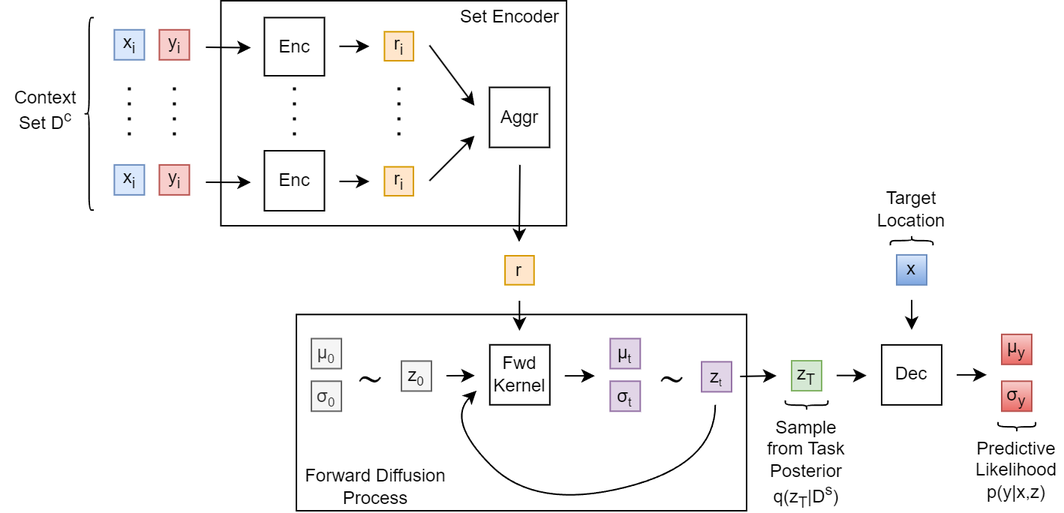
Above: diagrams/exports/dvi-np.png in ChickNCurry/dvi-for-bml (draw.io), before the change. Source tidied: cells renumbered, new cells last; positions are measured from the earlier drawing's top-left corner, leaving out a move shared by most shapes.
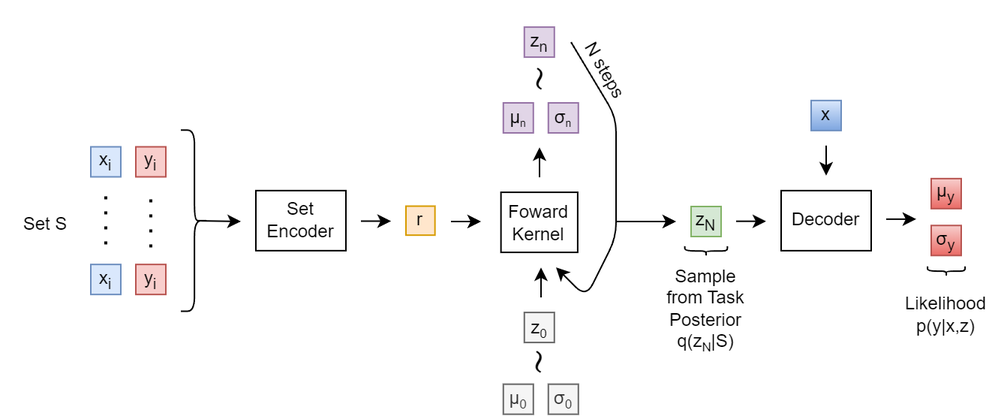
After the commit.

Diff of the diagram source:
```diff
@@ -2,16 +2,13 @@
   <root>
     <mxCell id="0" />
     <mxCell id="1" parent="0" />
-    <mxCell id="2" style="rounded=0;whiteSpace=wrap;html=1;" parent="1" vertex="1">
-      <mxGeometry x="197" y="209.2" width="300" height="130.8" as="geometry" />
-    </mxCell>
-    <mxCell id="3" value="μ&lt;span style=&quot;font-size: 10px;&quot;&gt;&lt;sub&gt;t&lt;/sub&gt;&lt;/span&gt;" style="whiteSpace=wrap;html=1;fillColor=#e1d5e7;strokeColor=#9673a6;fontColor=#000000;" parent="1" vertex="1">
-      <mxGeometry x="406.1" y="225.2" width="20" height="20" as="geometry" />
+    <mxCell id="3" value="μ&lt;span style=&quot;font-size: 8.33333px;&quot;&gt;&lt;sub&gt;n&lt;/sub&gt;&lt;/span&gt;" style="whiteSpace=wrap;html=1;fillColor=#e1d5e7;strokeColor=#9673a6;fontColor=#000000;" parent="1" vertex="1">
+      <mxGeometry x="401.9" y="171" width="20" height="20" as="geometry" />
     </mxCell>
-    <mxCell id="4" value="σ&lt;span style=&quot;font-size: 10px;&quot;&gt;&lt;sub&gt;t&lt;/sub&gt;&lt;/span&gt;" style="whiteSpace=wrap;html=1;fillColor=#e1d5e7;strokeColor=#9673a6;fontColor=#000000;" parent="1" vertex="1">
-      <mxGeometry x="406.1" y="253.6" width="20" height="20" as="geometry" />
+    <mxCell id="4" value="σ&lt;span style=&quot;font-size: 8.33333px;&quot;&gt;&lt;sub&gt;n&lt;/sub&gt;&lt;/span&gt;" style="whiteSpace=wrap;html=1;fillColor=#e1d5e7;strokeColor=#9673a6;fontColor=#000000;" parent="1" vertex="1">
+      <mxGeometry x="431.9" y="171" width="20" height="20" as="geometry" />
     </mxCell>
-    <mxCell id="5" value="&lt;font color=&quot;#000000&quot;&gt;z&lt;sub&gt;T&lt;/sub&gt;&lt;/font&gt;" style="whiteSpace=wrap;html=1;fillColor=#d5e8d4;strokeColor=#82b366;" parent="1" vertex="1">
+    <mxCell id="5" value="&lt;font color=&quot;#000000&quot;&gt;z&lt;sub&gt;N&lt;/sub&gt;&lt;/font&gt;" style="whiteSpace=wrap;html=1;fillColor=#d5e8d4;strokeColor=#82b366;" parent="1" vertex="1">
       <mxGeometry x="527" y="240" width="20" height="20" as="geometry" />
     </mxCell>
     <mxCell id="6" style="endArrow=classic;html=1;" parent="1" edge="1">
@@ -20,207 +17,141 @@
         <mxPoint x="577" y="249.8" as="targetPoint" />
       </mxGeometry>
     </mxCell>
-    <mxCell id="7" value="Fwd Kernel" style="rounded=0;whiteSpace=wrap;html=1;" parent="1" vertex="1">
-      <mxGeometry x="325.9" y="229.4" width="40" height="40" as="geometry" />
+    <mxCell id="7" value="Foward Kernel" style="rounded=0;whiteSpace=wrap;html=1;" parent="1" vertex="1">
+      <mxGeometry x="400.3" y="230.5" width="51.1" height="40" as="geometry" />
     </mxCell>
     <mxCell id="8" style="endArrow=classic;html=1;" parent="1" edge="1">
       <mxGeometry relative="1" as="geometry">
-        <mxPoint x="297" y="250" as="sourcePoint" />
-        <mxPoint x="315.9" y="249.9" as="targetPoint" />
+        <mxPoint x="367" y="250" as="sourcePoint" />
+        <mxPoint x="387" y="250" as="targetPoint" />
       </mxGeometry>
     </mxCell>
     <mxCell id="9" value="&lt;font color=&quot;#000000&quot;&gt;z&lt;span style=&quot;font-size: 10px;&quot;&gt;&lt;sub&gt;0&lt;/sub&gt;&lt;/span&gt;&lt;/font&gt;" style="whiteSpace=wrap;html=1;fillColor=#f5f5f5;strokeColor=#666666;fontColor=#333333;" parent="1" vertex="1">
-      <mxGeometry x="267" y="240.2" width="20" height="20" as="geometry" />
+      <mxGeometry x="415.9" y="310.6" width="20" height="20" as="geometry" />
     </mxCell>
     <mxCell id="10" value="μ&lt;span style=&quot;font-size: 10px;&quot;&gt;&lt;sub&gt;0&lt;/sub&gt;&lt;/span&gt;" style="whiteSpace=wrap;html=1;fillColor=#f5f5f5;strokeColor=#666666;fontColor=#333333;" parent="1" vertex="1">
-      <mxGeometry x="207" y="225.2" width="20" height="20" as="geometry" />
+      <mxGeometry x="401.9" y="358.3" width="20" height="20" as="geometry" />
     </mxCell>
     <mxCell id="11" value="σ&lt;span style=&quot;font-size: 10px;&quot;&gt;&lt;sub&gt;0&lt;/sub&gt;&lt;/span&gt;" style="whiteSpace=wrap;html=1;fillColor=#f5f5f5;strokeColor=#666666;fontColor=#333333;" parent="1" vertex="1">
-      <mxGeometry x="207" y="253.6" width="20" height="20" as="geometry" />
+      <mxGeometry x="431.9" y="358.3" width="20" height="20" as="geometry" />
     </mxCell>
-    <mxCell id="12" style="curved=1;endArrow=classic;html=1;" parent="1" edge="1">
-      <mxGeometry relative="1" as="geometry">
-        <mxPoint x="476.1" y="269.4" as="sourcePoint" />
-        <mxPoint x="317" y="260" as="targetPoint" />
-        <Array as="points">
-          <mxPoint x="476.1" y="309.4" />
-          <mxPoint x="356.1" y="339.4" />
-          <mxPoint x="297" y="280" />
-        </Array>
-      </mxGeometry>
-    </mxCell>
     <mxCell id="13" style="endArrow=classic;html=1;" parent="1" edge="1">
       <mxGeometry relative="1" as="geometry">
-        <mxPoint x="345.6" y="200" as="sourcePoint" />
-        <mxPoint x="345.6" y="220" as="targetPoint" />
+        <mxPoint x="426" y="220.6" as="sourcePoint" />
+        <mxPoint x="426" y="200.6" as="targetPoint" />
       </mxGeometry>
     </mxCell>
-    <mxCell id="14" value="Forward Diffusion Process" style="text;html=1;strokeColor=none;fillColor=none;align=center;verticalAlign=middle;whiteSpace=wrap;rounded=0;" parent="1" vertex="1">
-      <mxGeometry x="201.7" y="312.9" width="96.5" height="22.1" as="geometry" />
-    </mxCell>
     <mxCell id="15" style="endArrow=classic;html=1;" parent="1" edge="1">
       <mxGeometry relative="1" as="geometry">
-        <mxPoint x="375.9" y="250.1" as="sourcePoint" />
-        <mxPoint x="395.9" y="250.1" as="targetPoint" />
+        <mxPoint x="427" y="300.6" as="sourcePoint" />
+        <mxPoint x="427" y="280.6" as="targetPoint" />
       </mxGeometry>
     </mxCell>
     <mxCell id="16" style="shape=curlyBracket;whiteSpace=wrap;html=1;rounded=1;labelPosition=left;verticalLabelPosition=middle;align=right;verticalAlign=middle;fontColor=#000000;rotation=-90;" parent="1" vertex="1">
       <mxGeometry x="533.9" y="255.4" width="6.3" height="28.3" as="geometry" />
     </mxCell>
-    <mxCell id="17" value="&lt;font style=&quot;font-size: 12px;&quot;&gt;Sample from Task Posterior q(z&lt;sub&gt;T&lt;/sub&gt;|D&lt;sup&gt;s&lt;/sup&gt;)&lt;/font&gt;" style="text;html=1;strokeColor=none;fillColor=none;align=center;verticalAlign=middle;whiteSpace=wrap;rounded=0;fontColor=#000000;fontSize=12;" parent="1" vertex="1">
+    <mxCell id="17" value="&lt;font style=&quot;font-size: 12px;&quot;&gt;Sample from Task Posterior q(z&lt;/font&gt;&lt;font style=&quot;font-size: 10px;&quot;&gt;&lt;sub&gt;N&lt;/sub&gt;&lt;/font&gt;&lt;font style=&quot;&quot;&gt;|S)&lt;/font&gt;" style="text;html=1;strokeColor=none;fillColor=none;align=center;verticalAlign=middle;whiteSpace=wrap;rounded=0;fontColor=#000000;fontSize=12;" parent="1" vertex="1">
       <mxGeometry x="507" y="278.3" width="60" height="61.7" as="geometry" />
     </mxCell>
-    <mxCell id="18" style="rounded=0;whiteSpace=wrap;html=1;" parent="1" vertex="1">
-      <mxGeometry x="146.7" width="230.3" height="150" as="geometry" />
-    </mxCell>
     <mxCell id="19" value="&lt;font color=&quot;#000000&quot;&gt;x&lt;sub&gt;i&lt;/sub&gt;&lt;/font&gt;" style="whiteSpace=wrap;html=1;fillColor=#dae8fc;strokeColor=#6c8ebf;" parent="1" vertex="1">
-      <mxGeometry x="75.7" y="19.4" width="20" height="20" as="geometry" />
+      <mxGeometry x="127" y="278.6" width="20" height="20" as="geometry" />
     </mxCell>
     <mxCell id="20" value="&lt;font color=&quot;#000000&quot;&gt;y&lt;sub&gt;i&lt;/sub&gt;&lt;/font&gt;" style="whiteSpace=wrap;html=1;fillColor=#f8cecc;strokeColor=#b85450;" parent="1" vertex="1">
-      <mxGeometry x="105.7" y="19.4" width="20" height="20" as="geometry" />
+      <mxGeometry x="157" y="278.6" width="20" height="20" as="geometry" />
     </mxCell>
     <mxCell id="21" value="&lt;font color=&quot;#000000&quot;&gt;x&lt;sub&gt;i&lt;/sub&gt;&lt;/font&gt;" style="whiteSpace=wrap;html=1;fillColor=#dae8fc;strokeColor=#6c8ebf;" parent="1" vertex="1">
-      <mxGeometry x="75.7" y="109.4" width="20" height="20" as="geometry" />
+      <mxGeometry x="127" y="200.3" width="20" height="20" as="geometry" />
     </mxCell>
     <mxCell id="22" value="&lt;font color=&quot;#000000&quot;&gt;y&lt;sub&gt;i&lt;/sub&gt;&lt;/font&gt;" style="whiteSpace=wrap;html=1;fillColor=#f8cecc;strokeColor=#b85450;" parent="1" vertex="1">
-      <mxGeometry x="105.7" y="109.4" width="20" height="20" as="geometry" />
+      <mxGeometry x="157" y="200.3" width="20" height="20" as="geometry" />
     </mxCell>
-    <mxCell id="23" style="line;strokeWidth=2;direction=south;html=1;dashed=1;dashPattern=1 4;" parent="1" vertex="1">
-      <mxGeometry x="110.7" y="57.8" width="10" height="36" as="geometry" />
+    <mxCell id="23" style="line;strokeWidth=2;direction=south;html=1;dashed=1;dashPattern=1 4;rotation=0;" parent="1" vertex="1">
+      <mxGeometry x="132" y="233.2" width="10" height="36" as="geometry" />
     </mxCell>
-    <mxCell id="24" style="endArrow=classic;html=1;" parent="1" edge="1">
-      <mxGeometry relative="1" as="geometry">
-        <mxPoint x="136.7" y="31" as="sourcePoint" />
-        <mxPoint x="166.7" y="31.3" as="targetPoint" />
-      </mxGeometry>
-    </mxCell>
-    <mxCell id="25" style="endArrow=classic;html=1;" parent="1" edge="1">
-      <mxGeometry relative="1" as="geometry">
-        <mxPoint x="136.7" y="121" as="sourcePoint" />
-        <mxPoint x="166.7" y="121.1" as="targetPoint" />
-      </mxGeometry>
-    </mxCell>
-    <mxCell id="26" style="endArrow=classic;html=1;" parent="1" edge="1">
-      <mxGeometry relative="1" as="geometry">
-        <mxPoint x="225.7" y="30.4" as="sourcePoint" />
-        <mxPoint x="245.7" y="30.4" as="targetPoint" />
-      </mxGeometry>
-    </mxCell>
-    <mxCell id="27" style="endArrow=classic;html=1;" parent="1" edge="1">
-      <mxGeometry relative="1" as="geometry">
-        <mxPoint x="225.7" y="120.4" as="sourcePoint" />
-        <mxPoint x="245.7" y="120.4" as="targetPoint" />
-      </mxGeometry>
-    </mxCell>
-    <mxCell id="28" value="&lt;font color=&quot;#000000&quot;&gt;r&lt;sub&gt;i&lt;/sub&gt;&lt;/font&gt;" style="whiteSpace=wrap;html=1;fillColor=#ffe6cc;strokeColor=#d79b00;" parent="1" vertex="1">
-      <mxGeometry x="255.7" y="20.7" width="19.3" height="19.3" as="geometry" />
-    </mxCell>
-    <mxCell id="29" value="&lt;font color=&quot;#000000&quot;&gt;r&lt;sub&gt;i&lt;/sub&gt;&lt;/font&gt;" style="whiteSpace=wrap;html=1;fillColor=#ffe6cc;strokeColor=#d79b00;" parent="1" vertex="1">
-      <mxGeometry x="255.7" y="110.7" width="19.3" height="19.3" as="geometry" />
-    </mxCell>
-    <mxCell id="30" style="line;strokeWidth=2;direction=south;html=1;dashed=1;dashPattern=1 4;" parent="1" vertex="1">
-      <mxGeometry x="190.7" y="57.8" width="10" height="36" as="geometry" />
-    </mxCell>
-    <mxCell id="31" style="line;strokeWidth=2;direction=south;html=1;dashed=1;dashPattern=1 4;" parent="1" vertex="1">
-      <mxGeometry x="260.3" y="57.8" width="10" height="36" as="geometry" />
-    </mxCell>
-    <mxCell id="32" style="endArrow=classic;html=1;" parent="1" edge="1">
-      <mxGeometry relative="1" as="geometry">
-        <mxPoint x="285.7" y="29.7" as="sourcePoint" />
-        <mxPoint x="315.7" y="70" as="targetPoint" />
-      </mxGeometry>
-    </mxCell>
-    <mxCell id="33" style="endArrow=classic;html=1;" parent="1" edge="1">
-      <mxGeometry relative="1" as="geometry">
-        <mxPoint x="285.7" y="120" as="sourcePoint" />
-        <mxPoint x="315.7" y="90" as="targetPoint" />
-      </mxGeometry>
-    </mxCell>
-    <mxCell id="34" value="Enc" style="rounded=0;whiteSpace=wrap;html=1;" parent="1" vertex="1">
-      <mxGeometry x="175.7" y="11.2" width="40" height="38.8" as="geometry" />
-    </mxCell>
-    <mxCell id="35" value="Enc" style="rounded=0;whiteSpace=wrap;html=1;" parent="1" vertex="1">
-      <mxGeometry x="175.7" y="100" width="40" height="40" as="geometry" />
-    </mxCell>
-    <mxCell id="36" value="Aggr" style="rounded=0;whiteSpace=wrap;html=1;" parent="1" vertex="1">
-      <mxGeometry x="325.7" y="57.8" width="40" height="40" as="geometry" />
-    </mxCell>
-    <mxCell id="37" value="Set Encoder" style="text;html=1;strokeColor=none;fillColor=none;align=center;verticalAlign=middle;whiteSpace=wrap;rounded=0;" parent="1" vertex="1">
-      <mxGeometry x="302" width="75" height="22.1" as="geometry" />
-    </mxCell>
-    <mxCell id="38" style="line;strokeWidth=2;direction=south;html=1;dashed=1;dashPattern=1 4;" parent="1" vertex="1">
-      <mxGeometry x="80.7" y="57.8" width="10" height="36" as="geometry" />
+    <mxCell id="38" style="line;strokeWidth=2;direction=south;html=1;dashed=1;dashPattern=1 4;rotation=-180;" parent="1" vertex="1">
+      <mxGeometry x="162" y="231.2" width="10" height="36" as="geometry" />
     </mxCell>
-    <mxCell id="39" style="shape=curlyBracket;whiteSpace=wrap;html=1;rounded=1;labelPosition=left;verticalLabelPosition=middle;align=right;verticalAlign=middle;fontColor=#000000;rotation=0;" parent="1" vertex="1">
-      <mxGeometry x="55.7" y="11.2" width="6.3" height="128.3" as="geometry" />
+    <mxCell id="39" style="shape=curlyBracket;whiteSpace=wrap;html=1;rounded=1;labelPosition=left;verticalLabelPosition=middle;align=right;verticalAlign=middle;fontColor=#000000;rotation=-180;" parent="1" vertex="1">
+      <mxGeometry x="187" y="189.1" width="18.1" height="120.6" as="geometry" />
     </mxCell>
-    <mxCell id="40" value="&lt;font style=&quot;font-size: 12px;&quot;&gt;Context Set D&lt;sup style=&quot;&quot;&gt;c&lt;/sup&gt;&lt;/font&gt;" style="text;html=1;strokeColor=none;fillColor=none;align=center;verticalAlign=middle;whiteSpace=wrap;rounded=0;fontColor=#000000;" parent="1" vertex="1">
-      <mxGeometry y="57.8" width="60" height="30" as="geometry" />
+    <mxCell id="40" value="Set S" style="text;html=1;strokeColor=none;fillColor=none;align=center;verticalAlign=middle;whiteSpace=wrap;rounded=0;fontColor=#000000;" parent="1" vertex="1">
+      <mxGeometry x="67" y="237.2" width="60" height="30" as="geometry" />
     </mxCell>
     <mxCell id="41" value="&lt;font color=&quot;#000000&quot;&gt;r&lt;/font&gt;" style="whiteSpace=wrap;html=1;fillColor=#ffe6cc;strokeColor=#d79b00;" parent="1" vertex="1">
-      <mxGeometry x="336" y="170" width="19.3" height="19.3" as="geometry" />
+      <mxGeometry x="337" y="239.8" width="19.3" height="19.3" as="geometry" />
     </mxCell>
-    <mxCell id="42" style="endArrow=classic;html=1;" parent="1" edge="1">
-      <mxGeometry relative="1" as="geometry">
-        <mxPoint x="345.9" y="109.4" as="sourcePoint" />
-        <mxPoint x="345.5" y="160.9" as="targetPoint" />
-      </mxGeometry>
-    </mxCell>
     <mxCell id="43" style="endArrow=classic;html=1;" parent="1" edge="1">
       <mxGeometry relative="1" as="geometry">
-        <mxPoint x="607" y="199.4" as="sourcePoint" />
-        <mxPoint x="607" y="219.4" as="targetPoint" />
+        <mxPoint x="617" y="199.4" as="sourcePoint" />
+        <mxPoint x="617" y="219.4" as="targetPoint" />
       </mxGeometry>
     </mxCell>
     <mxCell id="44" value="&lt;font color=&quot;#000000&quot;&gt;x&lt;/font&gt;" style="whiteSpace=wrap;html=1;fillColor=#dae8fc;strokeColor=#6c8ebf;gradientColor=#7ea6e0;" parent="1" vertex="1">
-      <mxGeometry x="597" y="169.4" width="20" height="20" as="geometry" />
+      <mxGeometry x="607" y="169.4" width="20" height="20" as="geometry" />
     </mxCell>
-    <mxCell id="45" value="Dec" style="rounded=0;whiteSpace=wrap;html=1;" parent="1" vertex="1">
-      <mxGeometry x="587" y="229.4" width="40" height="40" as="geometry" />
+    <mxCell id="45" value="Decoder" style="rounded=0;whiteSpace=wrap;html=1;" parent="1" vertex="1">
+      <mxGeometry x="587" y="229.4" width="60" height="40" as="geometry" />
     </mxCell>
     <mxCell id="46" value="μ&lt;sub&gt;y&lt;/sub&gt;" style="whiteSpace=wrap;html=1;fillColor=#f8cecc;strokeColor=#b85450;gradientColor=#ea6b66;fontColor=#000000;" parent="1" vertex="1">
-      <mxGeometry x="667" y="222.4" width="20" height="20" as="geometry" />
+      <mxGeometry x="687" y="221.4" width="20" height="20" as="geometry" />
     </mxCell>
     <mxCell id="47" value="σ&lt;sub&gt;y&lt;/sub&gt;" style="whiteSpace=wrap;html=1;fillColor=#f8cecc;strokeColor=#b85450;gradientColor=#ea6b66;fontColor=#000000;" parent="1" vertex="1">
-      <mxGeometry x="667" y="253.6" width="20" height="20" as="geometry" />
+      <mxGeometry x="687" y="252.6" width="20" height="20" as="geometry" />
     </mxCell>
     <mxCell id="48" style="endArrow=classic;html=1;" parent="1" edge="1">
       <mxGeometry relative="1" as="geometry">
-        <mxPoint x="637" y="249.4" as="sourcePoint" />
-        <mxPoint x="657" y="249.4" as="targetPoint" />
+        <mxPoint x="657" y="248.4" as="sourcePoint" />
+        <mxPoint x="677" y="248.4" as="targetPoint" />
       </mxGeometry>
     </mxCell>
-    <mxCell id="49" style="shape=curlyBracket;whiteSpace=wrap;html=1;rounded=1;labelPosition=left;verticalLabelPosition=middle;align=right;verticalAlign=middle;fontColor=#000000;rotation=90;" parent="1" vertex="1">
-      <mxGeometry x="603.9" y="145.8" width="6.3" height="28.3" as="geometry" />
-    </mxCell>
-    <mxCell id="50" value="Target Location" style="text;html=1;strokeColor=none;fillColor=none;align=center;verticalAlign=middle;whiteSpace=wrap;rounded=0;fontColor=#000000;" parent="1" vertex="1">
-      <mxGeometry x="587" y="129.4" width="40" height="18.3" as="geometry" />
-    </mxCell>
     <mxCell id="51" style="shape=curlyBracket;whiteSpace=wrap;html=1;rounded=1;labelPosition=left;verticalLabelPosition=middle;align=right;verticalAlign=middle;fontColor=#000000;rotation=-90;" parent="1" vertex="1">
-      <mxGeometry x="673.9" y="271.5" width="6.3" height="25" as="geometry" />
+      <mxGeometry x="693.9" y="270.5" width="6.3" height="25" as="geometry" />
     </mxCell>
-    <mxCell id="52" value="&lt;font style=&quot;font-size: 12px;&quot;&gt;Predictive Likelihood p(y|x,z)&lt;/font&gt;" style="text;html=1;strokeColor=none;fillColor=none;align=center;verticalAlign=middle;whiteSpace=wrap;rounded=0;fontColor=#000000;fontSize=12;" parent="1" vertex="1">
-      <mxGeometry x="647" y="290.4" width="60" height="45.6" as="geometry" />
+    <mxCell id="52" value="&lt;font style=&quot;font-size: 12px;&quot;&gt;Likelihood p(y|x,z)&lt;/font&gt;" style="text;html=1;strokeColor=none;fillColor=none;align=center;verticalAlign=middle;whiteSpace=wrap;rounded=0;fontColor=#000000;fontSize=12;" parent="1" vertex="1">
+      <mxGeometry x="667" y="289.4" width="60" height="45.6" as="geometry" />
     </mxCell>
-    <mxCell id="53" value="&lt;font style=&quot;font-size: 25px;&quot;&gt;∼&lt;/font&gt;" style="text;html=1;strokeColor=none;fillColor=none;align=center;verticalAlign=middle;whiteSpace=wrap;rounded=0;fontSize=12;" parent="1" vertex="1">
-      <mxGeometry x="229" y="245.2" width="34.6" height="10.2" as="geometry" />
+    <mxCell id="53" value="&lt;font style=&quot;font-size: 25px;&quot;&gt;∼&lt;/font&gt;" style="text;html=1;strokeColor=none;fillColor=none;align=center;verticalAlign=middle;whiteSpace=wrap;rounded=0;fontSize=12;rotation=-90;" parent="1" vertex="1">
+      <mxGeometry x="405.9" y="339.1" width="34.6" height="10.2" as="geometry" />
     </mxCell>
+    <mxCell id="57" style="endArrow=classic;html=1;" parent="1" edge="1">
+      <mxGeometry relative="1" as="geometry">
+        <mxPoint x="477" y="250" as="sourcePoint" />
+        <mxPoint x="517" y="250" as="targetPoint" />
+      </mxGeometry>
+    </mxCell>
+    <mxCell id="58" style="endArrow=classic;html=1;" parent="1" edge="1">
+      <mxGeometry relative="1" as="geometry">
+        <mxPoint x="307" y="249.7" as="sourcePoint" />
+        <mxPoint x="327" y="249.7" as="targetPoint" />
+      </mxGeometry>
+    </mxCell>
+    <mxCell id="37" value="Set Encoder" style="rounded=0;whiteSpace=wrap;html=1;" parent="1" vertex="1">
+      <mxGeometry x="237" y="229.4" width="60" height="40" as="geometry" />
+    </mxCell>
+    <mxCell id="59" style="endArrow=classic;html=1;exitX=0.243;exitY=0.499;exitDx=0;exitDy=0;exitPerimeter=0;" parent="1" edge="1" source="39">
+      <mxGeometry relative="1" as="geometry">
+        <mxPoint x="227" y="250" as="targetPoint" />
+      </mxGeometry>
+    </mxCell>
+    <mxCell id="60" value="z&lt;sub&gt;n&lt;/sub&gt;" style="whiteSpace=wrap;html=1;fillColor=#e1d5e7;strokeColor=#9673a6;fontColor=#000000;" parent="1" vertex="1">
+      <mxGeometry x="415.9" y="120.6" width="20" height="20" as="geometry" />
+    </mxCell>
-    <mxCell id="54" value="&lt;font style=&quot;font-size: 25px;&quot;&gt;∼&lt;/font&gt;" style="text;html=1;strokeColor=none;fillColor=none;align=center;verticalAlign=middle;whiteSpace=wrap;rounded=0;fontSize=12;" parent="1" vertex="1">
-      <mxGeometry x="430" y="244.9" width="34.6" height="10.2" as="geometry" />
+    <mxCell id="54" value="&lt;font style=&quot;font-size: 25px;&quot;&gt;∼&lt;/font&gt;" style="text;html=1;strokeColor=none;fillColor=none;align=center;verticalAlign=middle;whiteSpace=wrap;rounded=0;fontSize=12;rotation=-90;" parent="1" vertex="1">
+      <mxGeometry x="405.9" y="150.6" width="34.6" height="10.2" as="geometry" />
     </mxCell>
-    <mxCell id="55" style="endArrow=none;html=1;" parent="1" edge="1" target="56">
-      <mxGeometry relative="1" as="geometry">
-        <mxPoint x="467" y="250" as="sourcePoint" />
-      </mxGeometry>
-    </mxCell>
-    <mxCell id="56" value="&lt;font&gt;z&lt;span style=&quot;font-size: 8.33333px;&quot;&gt;&lt;sub&gt;t&lt;/sub&gt;&lt;/span&gt;&lt;/font&gt;" style="whiteSpace=wrap;html=1;fillColor=#e1d5e7;strokeColor=#9673a6;fontColor=#000000;" parent="1" vertex="1">
-      <mxGeometry x="467" y="240.7" width="20" height="20" as="geometry" />
-    </mxCell>
-    <mxCell id="57" style="endArrow=classic;html=1;" parent="1" edge="1">
-      <mxGeometry relative="1" as="geometry">
-        <mxPoint x="492.7" y="250.5" as="sourcePoint" />
-        <mxPoint x="517" y="250" as="targetPoint" />
-      </mxGeometry>
-    </mxCell>
+    <mxCell id="61" style="endArrow=classic;html=1;" parent="1" edge="1">
+      <mxGeometry relative="1" as="geometry">
+        <mxPoint x="447" y="130.6" as="sourcePoint" />
+        <mxPoint x="437" y="280.6" as="targetPoint" />
+        <Array as="points">
+          <mxPoint x="477" y="180.6" />
+          <mxPoint x="477" y="260.6" />
+          <mxPoint x="457" y="300.6" />
+        </Array>
+      </mxGeometry>
+    </mxCell>
+    <mxCell id="62" value="N steps" style="text;html=1;strokeColor=none;fillColor=none;align=center;verticalAlign=middle;whiteSpace=wrap;rounded=0;rotation=60;" parent="1" vertex="1">
+      <mxGeometry x="421.9" y="138.7" width="96.5" height="22.1" as="geometry" />
+    </mxCell>
   </root>
 </mxGraphModel>
```
